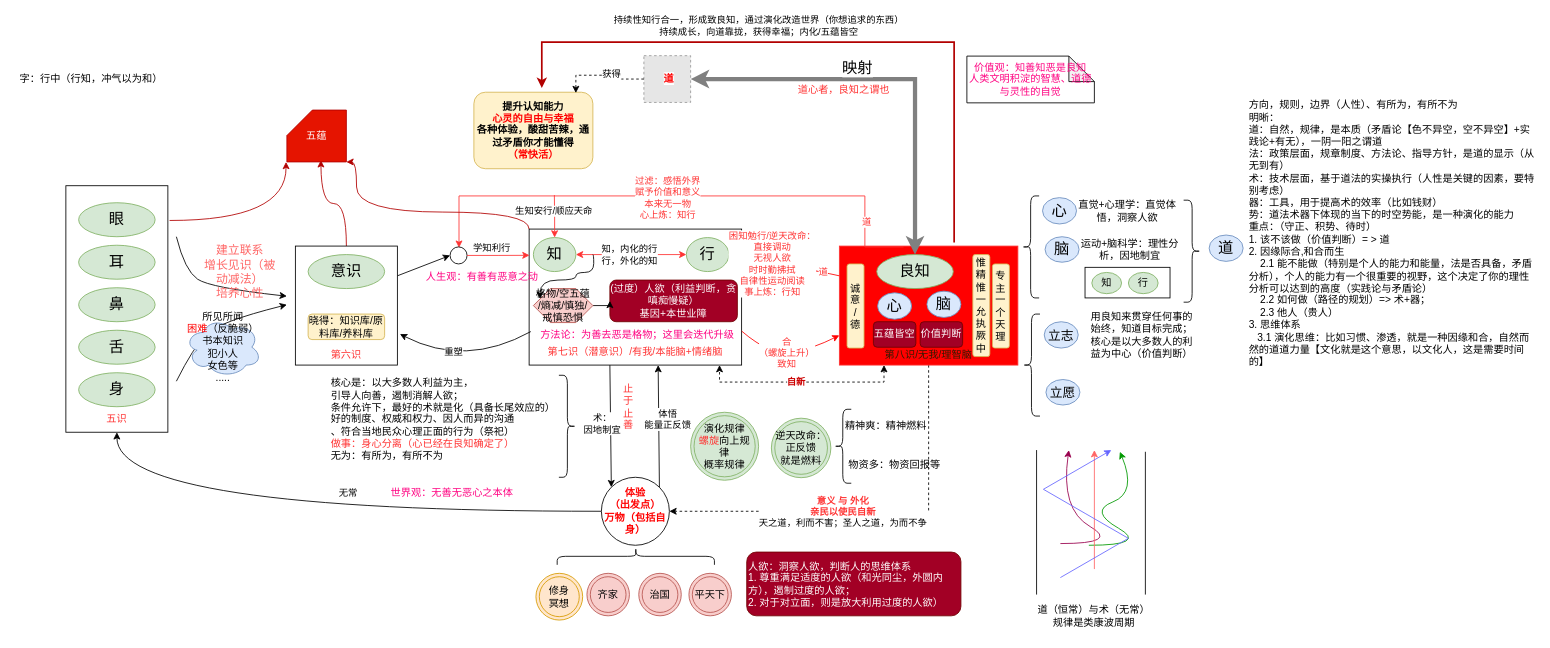
This is page "良知" (1 of 2) of xinxue.drawio from kason-huang/DrawIO, a draw.io file, before an edit. Source tidied: cells renumbered, new cells numbered last; positions are measured from the earlier drawing's top-left corner, leaving out a move shared by most shapes. Both pictures are drawn from the tidied source at 85%, with x=0, y=0 at pixel (14, 42). Pictures stored in the file or linked from it are replaced by grey dashed boxes.
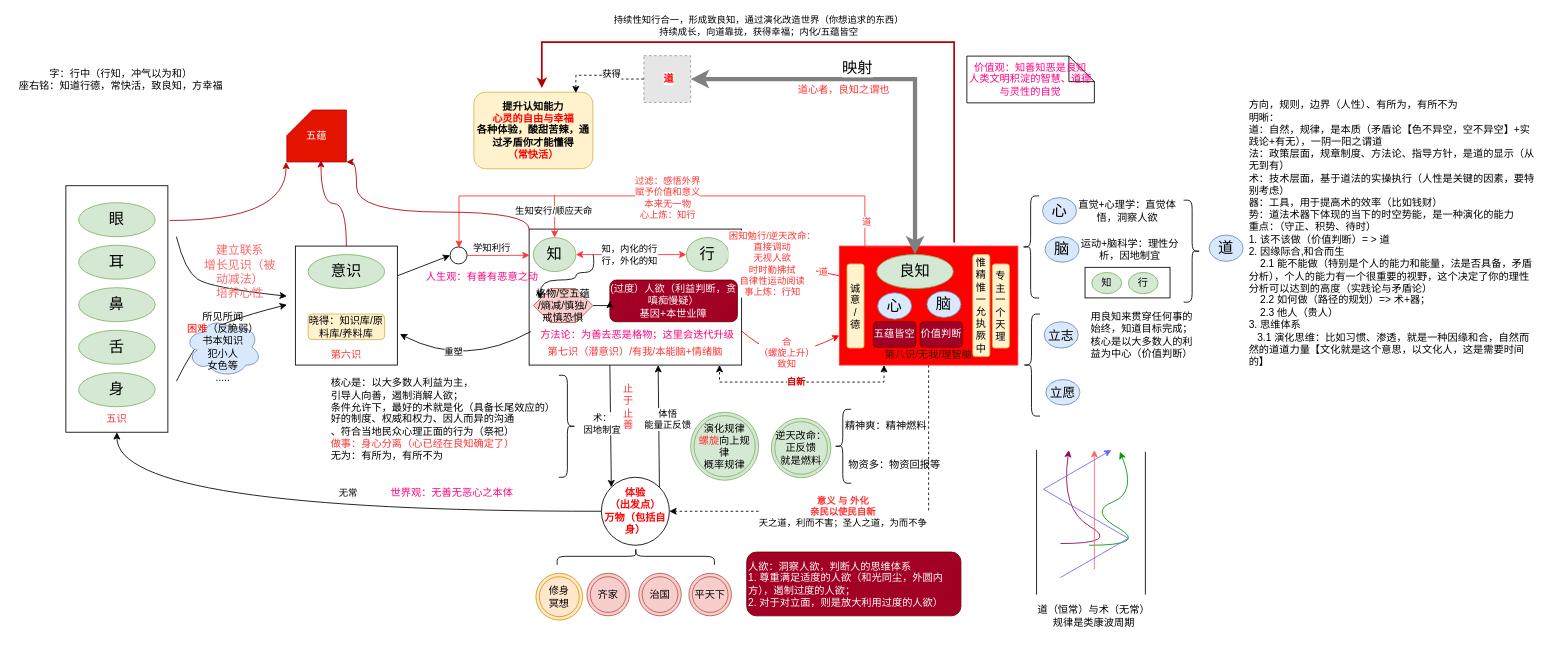
The same page after the edit.

What changed in the source:
```diff
@@
-    <mxCell id="105" value="字：行中（行知，冲气以为和）" style="text;html=1;align=center;verticalAlign=middle;whiteSpace=wrap;rounded=0;" parent="1" vertex="1">
-      <mxGeometry y="29" width="180" height="30" as="geometry" />
+    <mxCell id="105" value="字：行中（行知，冲气以为和）&lt;div&gt;座右铭：&lt;span style=&quot;background-color: initial;&quot;&gt;知道行德，常快活，致良知，方幸福&lt;/span&gt;&lt;/div&gt;&lt;span class=&quot;lark-record-clipboard&quot; data-lark-record-data=&quot;{&amp;quot;rootId&amp;quot;:&amp;quot;UpcIddwsAorptrxAgHicc0wKnCb&amp;quot;,&amp;quot;text&amp;quot;:{&amp;quot;initialAttributedTexts&amp;quot;:{&amp;quot;text&amp;quot;:{&amp;quot;0&amp;quot;:&amp;quot;知道行德，常快活，致良知，方幸福&amp;quot;},&amp;quot;attribs&amp;quot;:{&amp;quot;0&amp;quot;:&amp;quot;*0+g&amp;quot;}},&amp;quot;apool&amp;quot;:{&amp;quot;numToAttrib&amp;quot;:{&amp;quot;0&amp;quot;:[&amp;quot;author&amp;quot;,&amp;quot;7268284827844050947&amp;quot;]},&amp;quot;nextNum&amp;quot;:1}},&amp;quot;type&amp;quot;:&amp;quot;text&amp;quot;,&amp;quot;referenceRecordMap&amp;quot;:{},&amp;quot;extra&amp;quot;:{&amp;quot;channel&amp;quot;:&amp;quot;saas&amp;quot;,&amp;quot;mention_page_title&amp;quot;:{},&amp;quot;external_mention_url&amp;quot;:{}},&amp;quot;isKeepQuoteContainer&amp;quot;:false,&amp;quot;isFromCode&amp;quot;:false,&amp;quot;selection&amp;quot;:[{&amp;quot;id&amp;quot;:6,&amp;quot;type&amp;quot;:&amp;quot;text&amp;quot;,&amp;quot;selection&amp;quot;:{&amp;quot;start&amp;quot;:5,&amp;quot;end&amp;quot;:21},&amp;quot;recordId&amp;quot;:&amp;quot;doxcn4v1E7FIwVHDkKUdbIU8xlf&amp;quot;}],&amp;quot;payloadMap&amp;quot;:{},&amp;quot;isCut&amp;quot;:false}&quot;&gt;&lt;/span&gt;" style="text;html=1;align=center;verticalAlign=middle;whiteSpace=wrap;rounded=0;" parent="1" vertex="1">
+      <mxGeometry y="29" width="250" height="30" as="geometry" />
     </mxCell>
```
